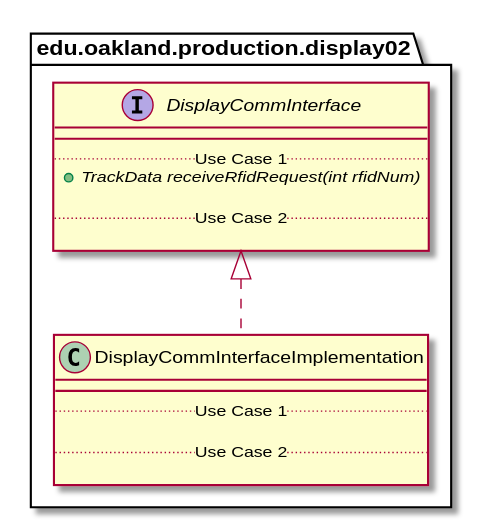
elilley15/csi-3370-software-project keeps this PlantUML diagram as docs/uml-class-diagrams/display02/production/DisplayCommInterfaceImplementation/DisplayCommInterfaceImplementation_DirectDependencies.svg. Above is the earlier version.
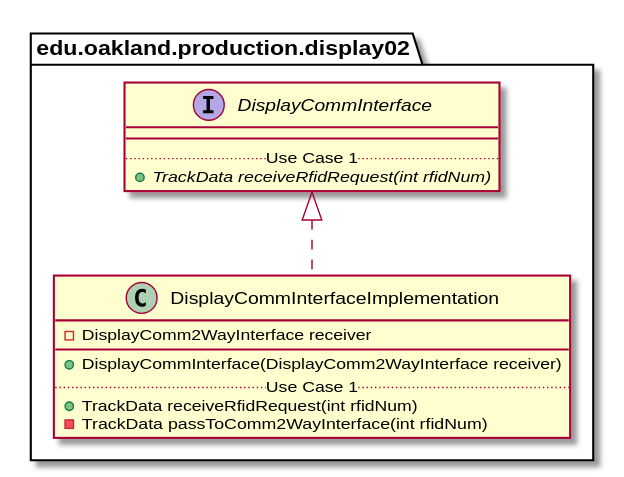
The same file after the commit.

Diff of the diagram source:
```diff
@@ -3,11 +3,12 @@
 
 package edu.oakland.production.display02 {
     class DisplayCommInterfaceImplementation {
+        - DisplayComm2WayInterface receiver
         __
+        + DisplayCommInterface(DisplayComm2WayInterface receiver)
         .. Use Case 1 ..
-
-        .. Use Case 2 ..
-
+        + TrackData receiveRfidRequest(int rfidNum)
+        - TrackData passToComm2WayInterface(int rfidNum)
     }
 }
 
@@ -18,9 +19,6 @@
         __
         .. Use Case 1 ..
         {abstract} + TrackData receiveRfidRequest(int rfidNum)
-
-        .. Use Case 2 ..
-
     }
 }
 
```
